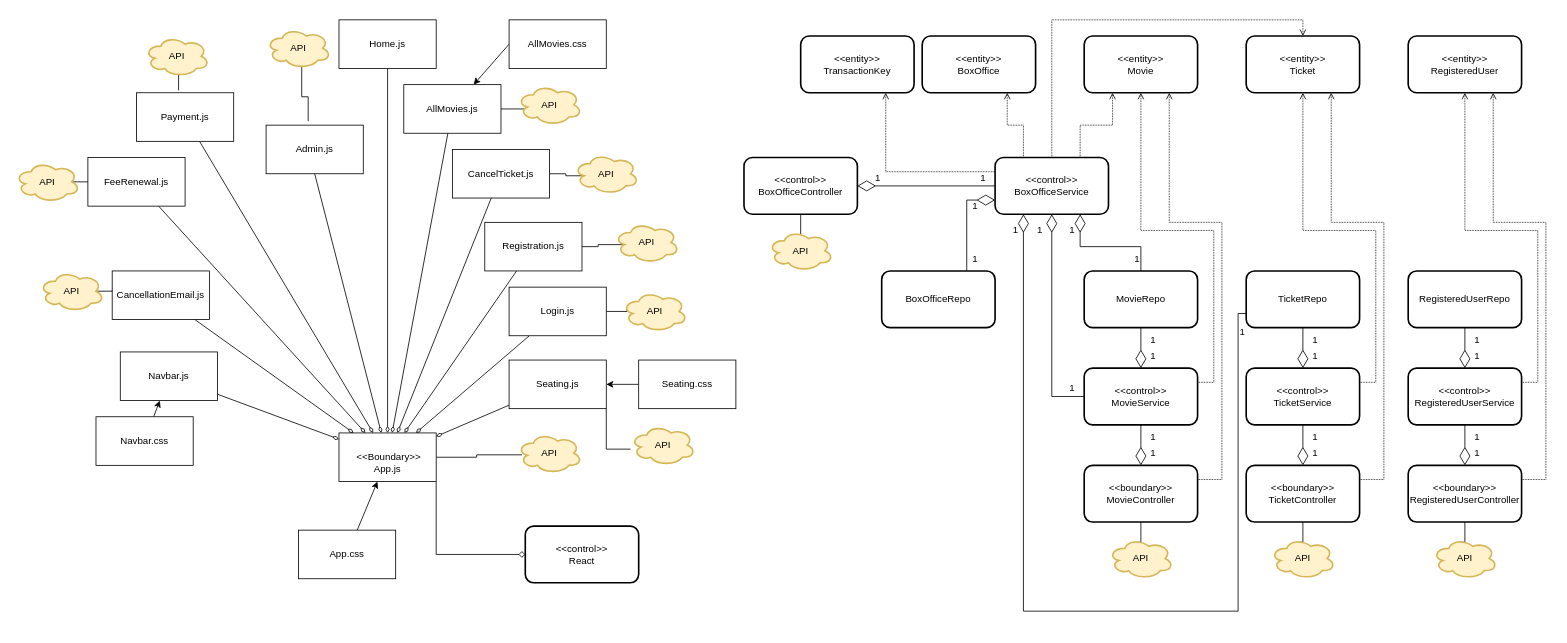
Before: Project_Final_Docs/drawio/614P_DesignLevelClassSpec_Relations.drawio in Dele-Oyelese/ENSF614_Project, a draw.io diagram. Source tidied: cells renumbered, new cells numbered last; positions are measured from the earlier drawing's top-left corner, leaving out a move shared by most shapes. Both pictures are drawn from the tidied source at 81%, with x=0, y=0 at pixel (15, 19).
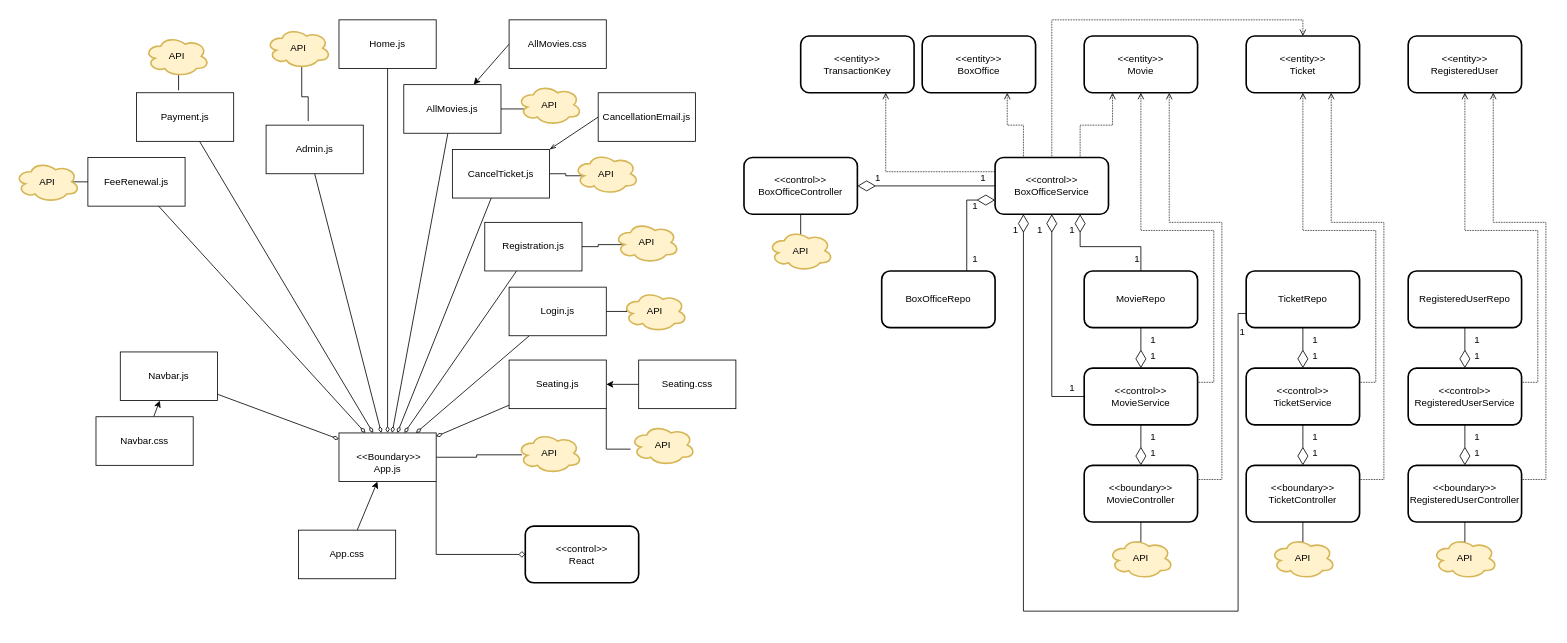
After the change.

Unchanged cells that the change refers to:
```xml
<mxCell id="77" value="CancelTicket.js" style="rounded=0;whiteSpace=wrap;html=1;" parent="1" vertex="1">
  <mxGeometry x="540" y="160" width="120" height="60" as="geometry" />
</mxCell>
<mxCell id="100" value="&lt;br&gt;&amp;nbsp;&amp;lt;&amp;lt;Boundary&amp;gt;&amp;gt; App.js" style="rounded=0;whiteSpace=wrap;html=1;" parent="1" vertex="1">
  <mxGeometry x="400" y="510" width="120" height="60" as="geometry" />
</mxCell>
```

Change to the diagram source:
```diff
@@
-    <mxCell id="90" style="edgeStyle=none;rounded=0;jettySize=auto;html=1;endArrow=diamondThin;endFill=0;" parent="1" edge="1" source="91" target="100">
-      <mxGeometry relative="1" as="geometry" />
-    </mxCell>
+    <mxCell id="123" style="edgeStyle=none;rounded=0;jettySize=auto;html=1;exitX=0;exitY=0.5;exitDx=0;exitDy=0;entryX=1;entryY=0;entryDx=0;entryDy=0;endArrow=openThin;endFill=0;" parent="1" edge="1" source="91" target="77">
+      <mxGeometry relative="1" as="geometry" />
+    </mxCell>
     <mxCell id="91" value="CancellationEmail.js" style="rounded=0;whiteSpace=wrap;html=1;" parent="1" vertex="1">
-      <mxGeometry x="120" y="310" width="120" height="60" as="geometry" />
+      <mxGeometry x="720" y="90" width="120" height="60" as="geometry" />
     </mxCell>
@@
-    <mxCell id="119" style="edgeStyle=orthogonalEdgeStyle;rounded=0;jettySize=auto;html=1;exitX=0.875;exitY=0.5;exitDx=0;exitDy=0;exitPerimeter=0;entryX=0;entryY=0.4;entryDx=0;entryDy=0;entryPerimeter=0;endArrow=none;endFill=0;" parent="1" edge="1" source="120" target="91">
-      <mxGeometry relative="1" as="geometry" />
-    </mxCell>
-    <mxCell id="120" value="API" style="ellipse;shape=cloud;whiteSpace=wrap;html=1;strokeWidth=2;fillColor=#fff2cc;strokeColor=#d6b656;" parent="1" vertex="1">
-      <mxGeometry x="30" y="310" width="80" height="50" as="geometry" />
-    </mxCell>
```
